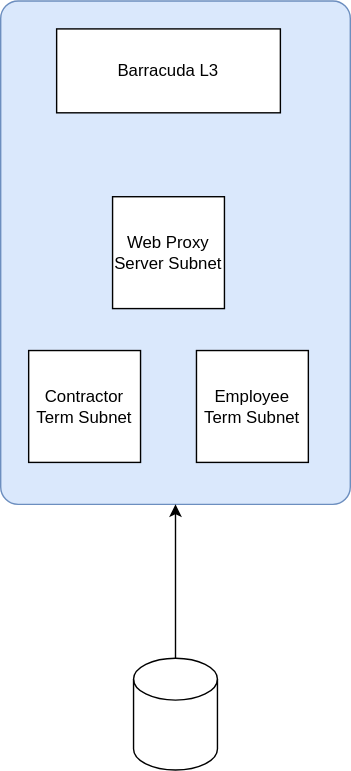
vjavle/invoicecloud keeps this draw.io diagram as infra/SOXDataAccessNetworkPaths.svg. Above is the earlier version. Source tidied: cells renumbered, new cells last; positions are measured from the earlier drawing's top-left corner, leaving out a move shared by most shapes. The source it was exported from:
```xml
<mxGraphModel>
  <root>
    <mxCell id="0" />
    <mxCell id="1" parent="0" />
    <mxCell id="2" style="rounded=1;whiteSpace=wrap;html=1;arcSize=5;fillColor=#dae8fc;strokeColor=#6c8ebf;" parent="1" vertex="1">
      <mxGeometry width="250" height="360" as="geometry" />
    </mxCell>
    <mxCell id="3" value="Contractor Term Subnet" style="whiteSpace=wrap;html=1;" parent="1" vertex="1">
      <mxGeometry x="20" y="250" width="80" height="80" as="geometry" />
    </mxCell>
    <mxCell id="4" value="Employee Term Subnet" style="whiteSpace=wrap;html=1;" parent="1" vertex="1">
      <mxGeometry x="140" y="250" width="80" height="80" as="geometry" />
    </mxCell>
    <mxCell id="5" value="Web Proxy Server Subnet" style="whiteSpace=wrap;html=1;" parent="1" vertex="1">
      <mxGeometry x="80" y="140" width="80" height="80" as="geometry" />
    </mxCell>
    <mxCell id="6" value="Barracuda L3" style="rounded=0;whiteSpace=wrap;html=1;" parent="1" vertex="1">
      <mxGeometry x="40" y="20" width="160" height="60" as="geometry" />
    </mxCell>
    <mxCell id="7" style="edgeStyle=orthogonalEdgeStyle;rounded=0;jettySize=auto;html=1;fontFamily=Helvetica;fontSize=12;fontColor=default;" parent="1" edge="1" source="8" target="2">
      <mxGeometry relative="1" as="geometry" />
    </mxCell>
    <mxCell id="8" style="shape=cylinder3;whiteSpace=wrap;html=1;boundedLbl=1;backgroundOutline=1;size=15;rounded=1;fontFamily=Helvetica;fontSize=12;fontColor=default;strokeColor=default;fillColor=default;" parent="1" vertex="1">
      <mxGeometry x="95" y="470" width="60" height="80" as="geometry" />
    </mxCell>
  </root>
</mxGraphModel>
```
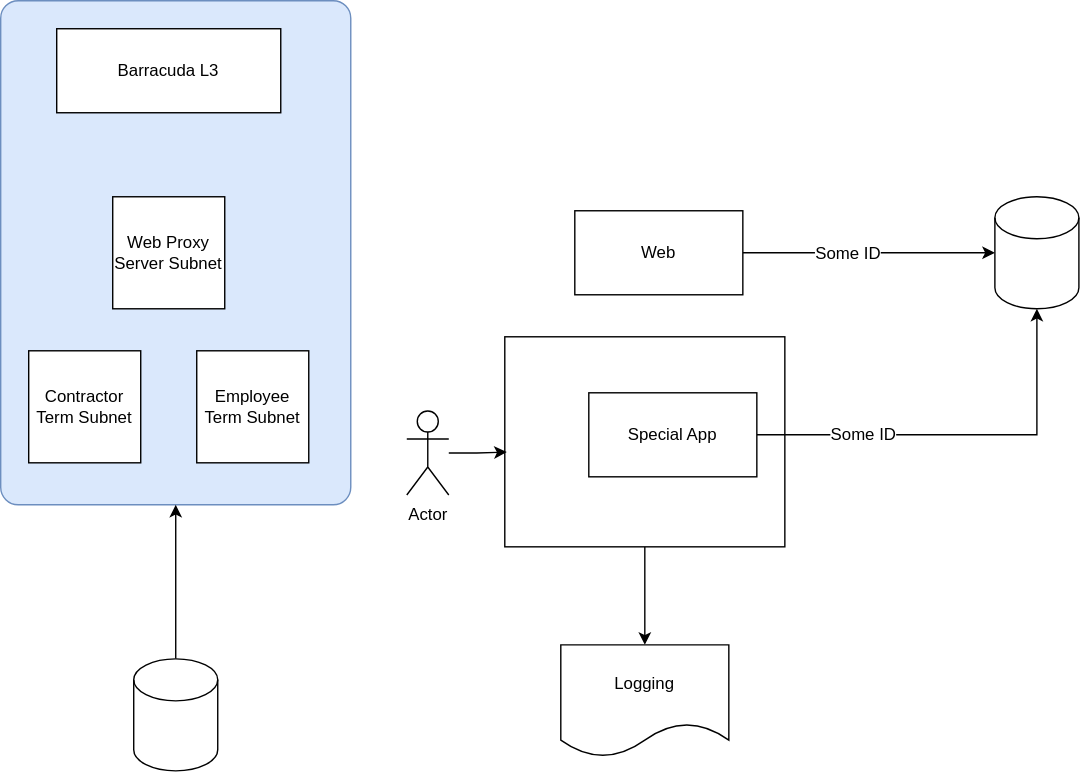
After the change.

Change to the diagram source:
```diff
@@ -2,6 +2,12 @@
   <root>
     <mxCell id="0" />
     <mxCell id="1" parent="0" />
+    <mxCell id="9" style="edgeStyle=orthogonalEdgeStyle;rounded=0;jettySize=auto;html=1;fontFamily=Helvetica;fontSize=12;fontColor=default;" parent="1" edge="1" source="10" target="20">
+      <mxGeometry relative="1" as="geometry" />
+    </mxCell>
+    <mxCell id="10" style="rounded=0;whiteSpace=wrap;html=1;fontFamily=Helvetica;fontSize=12;fontColor=default;strokeColor=default;fillColor=default;" parent="1" vertex="1">
+      <mxGeometry x="360" y="240" width="200" height="150" as="geometry" />
+    </mxCell>
     <mxCell id="2" style="rounded=1;whiteSpace=wrap;html=1;arcSize=5;fillColor=#dae8fc;strokeColor=#6c8ebf;" parent="1" vertex="1">
       <mxGeometry width="250" height="360" as="geometry" />
     </mxCell>
@@ -23,5 +29,35 @@
     <mxCell id="8" style="shape=cylinder3;whiteSpace=wrap;html=1;boundedLbl=1;backgroundOutline=1;size=15;rounded=1;fontFamily=Helvetica;fontSize=12;fontColor=default;strokeColor=default;fillColor=default;" parent="1" vertex="1">
       <mxGeometry x="95" y="470" width="60" height="80" as="geometry" />
     </mxCell>
+    <mxCell id="11" value="&lt;br&gt;" style="edgeStyle=orthogonalEdgeStyle;rounded=0;jettySize=auto;html=1;fontFamily=Helvetica;fontSize=12;fontColor=default;" parent="1" edge="1" source="13" target="14">
+      <mxGeometry relative="1" as="geometry" />
+    </mxCell>
+    <mxCell id="12" value="Some ID" style="edgeLabel;html=1;align=center;verticalAlign=middle;fontSize=12;fontFamily=Helvetica;fontColor=default;" parent="11" vertex="1">
+      <mxGeometry x="-0.17" y="-1" relative="1" as="geometry" />
+    </mxCell>
+    <mxCell id="13" value="Web" style="rounded=0;whiteSpace=wrap;html=1;fontFamily=Helvetica;fontSize=12;fontColor=default;strokeColor=default;fillColor=default;" parent="1" vertex="1">
+      <mxGeometry x="410" y="150" width="120" height="60" as="geometry" />
+    </mxCell>
+    <mxCell id="14" style="shape=cylinder3;whiteSpace=wrap;html=1;boundedLbl=1;backgroundOutline=1;size=15;rounded=1;fontFamily=Helvetica;fontSize=12;fontColor=default;strokeColor=default;fillColor=default;" parent="1" vertex="1">
+      <mxGeometry x="710" y="140" width="60" height="80" as="geometry" />
+    </mxCell>
+    <mxCell id="15" style="edgeStyle=orthogonalEdgeStyle;rounded=0;jettySize=auto;html=1;fontFamily=Helvetica;fontSize=12;fontColor=default;" parent="1" edge="1" source="17" target="14">
+      <mxGeometry relative="1" as="geometry" />
+    </mxCell>
+    <mxCell id="16" value="Some ID" style="edgeLabel;html=1;align=center;verticalAlign=middle;fontSize=12;fontFamily=Helvetica;fontColor=default;" parent="15" vertex="1">
+      <mxGeometry x="-0.47" relative="1" as="geometry" />
+    </mxCell>
+    <mxCell id="17" value="Special App" style="rounded=0;whiteSpace=wrap;html=1;fontFamily=Helvetica;fontSize=12;fontColor=default;strokeColor=default;fillColor=default;" parent="1" vertex="1">
+      <mxGeometry x="420" y="280" width="120" height="60" as="geometry" />
+    </mxCell>
+    <mxCell id="18" style="edgeStyle=orthogonalEdgeStyle;rounded=0;jettySize=auto;html=1;entryX=0.007;entryY=0.549;entryDx=0;entryDy=0;entryPerimeter=0;fontFamily=Helvetica;fontSize=12;fontColor=default;" parent="1" edge="1" source="19" target="10">
+      <mxGeometry relative="1" as="geometry" />
+    </mxCell>
+    <mxCell id="19" value="Actor" style="shape=umlActor;verticalLabelPosition=bottom;verticalAlign=top;html=1;outlineConnect=0;rounded=1;fontFamily=Helvetica;fontSize=12;fontColor=default;strokeColor=default;fillColor=default;" parent="1" vertex="1">
+      <mxGeometry x="290" y="293" width="30" height="60" as="geometry" />
+    </mxCell>
+    <mxCell id="20" value="Logging" style="shape=document;whiteSpace=wrap;html=1;boundedLbl=1;rounded=1;fontFamily=Helvetica;fontSize=12;fontColor=default;strokeColor=default;fillColor=default;" parent="1" vertex="1">
+      <mxGeometry x="400" y="460" width="120" height="80" as="geometry" />
+    </mxCell>
   </root>
 </mxGraphModel>
```
